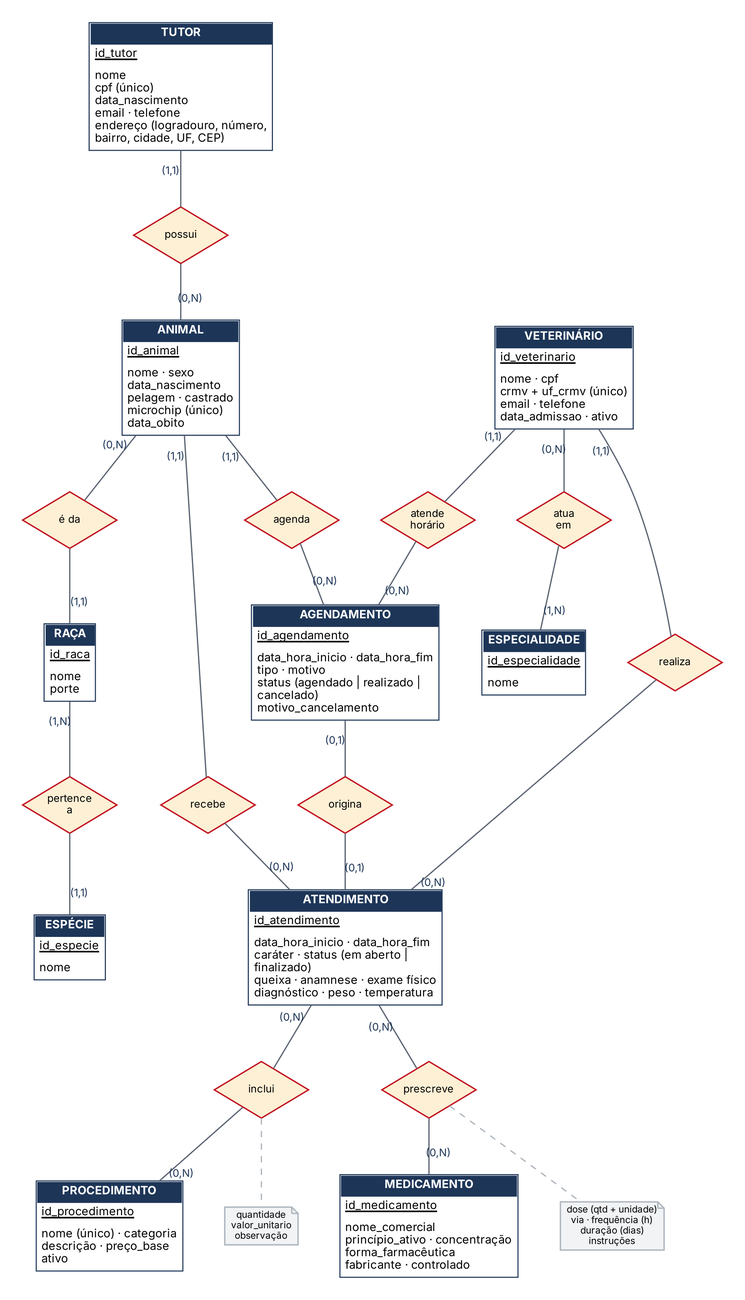
This is docs/diagramas/der_conceitual.png from SaMoCaSa00/clinica-veterinaria, a Graphviz export, as it was before one commit. Its source is kept beside it as docs/diagramas/der_conceitual.dot. The source it was exported from:
```dot
graph DER {
    graph [layout=dot, rankdir=TB, splines=true, nodesep=0.55, ranksep=0.75,
           fontname="Inter", pad=0.3, bgcolor="white"];
    node  [fontname="Inter", fontsize=11];
    edge  [fontname="Inter", fontsize=10, color="#5b6472", penwidth=1.2,
           labelfontname="Inter", labelfontsize=10, labelfontcolor="#1d3557"];

    node [shape=plain];
    Tutor [label=<
      <TABLE BORDER="1.5" CELLBORDER="0" CELLSPACING="0" CELLPADDING="4" COLOR="#1d3557">
        <TR><TD BGCOLOR="#1d3557"><FONT COLOR="white"><B>TUTOR</B></FONT></TD></TR>
        <TR><TD ALIGN="LEFT"><U>id_tutor</U></TD></TR><TR><TD ALIGN="LEFT" BALIGN="LEFT">nome<BR/>cpf (único)<BR/>data_nascimento<BR/>email · telefone<BR/>endereço (logradouro, número,<BR/>bairro, cidade, UF, CEP)</TD></TR>
      </TABLE>>];
    Animal [label=<
      <TABLE BORDER="1.5" CELLBORDER="0" CELLSPACING="0" CELLPADDING="4" COLOR="#1d3557">
        <TR><TD BGCOLOR="#1d3557"><FONT COLOR="white"><B>ANIMAL</B></FONT></TD></TR>
        <TR><TD ALIGN="LEFT"><U>id_animal</U></TD></TR><TR><TD ALIGN="LEFT" BALIGN="LEFT">nome · sexo<BR/>data_nascimento<BR/>pelagem · castrado<BR/>microchip (único)<BR/>data_obito</TD></TR>
      </TABLE>>];
    Especie [label=<
      <TABLE BORDER="1.5" CELLBORDER="0" CELLSPACING="0" CELLPADDING="4" COLOR="#1d3557">
        <TR><TD BGCOLOR="#1d3557"><FONT COLOR="white"><B>ESPÉCIE</B></FONT></TD></TR>
        <TR><TD ALIGN="LEFT"><U>id_especie</U></TD></TR><TR><TD ALIGN="LEFT" BALIGN="LEFT">nome</TD></TR>
      </TABLE>>];
    Raca [label=<
      <TABLE BORDER="1.5" CELLBORDER="0" CELLSPACING="0" CELLPADDING="4" COLOR="#1d3557">
        <TR><TD BGCOLOR="#1d3557"><FONT COLOR="white"><B>RAÇA</B></FONT></TD></TR>
        <TR><TD ALIGN="LEFT"><U>id_raca</U></TD></TR><TR><TD ALIGN="LEFT" BALIGN="LEFT">nome<BR/>porte</TD></TR>
      </TABLE>>];
    Veterinario [label=<
      <TABLE BORDER="1.5" CELLBORDER="0" CELLSPACING="0" CELLPADDING="4" COLOR="#1d3557">
        <TR><TD BGCOLOR="#1d3557"><FONT COLOR="white"><B>VETERINÁRIO</B></FONT></TD></TR>
        <TR><TD ALIGN="LEFT"><U>id_veterinario</U></TD></TR><TR><TD ALIGN="LEFT" BALIGN="LEFT">nome · cpf<BR/>crmv + uf_crmv (único)<BR/>email · telefone<BR/>data_admissao · ativo</TD></TR>
      </TABLE>>];
    Especialidade [label=<
      <TABLE BORDER="1.5" CELLBORDER="0" CELLSPACING="0" CELLPADDING="4" COLOR="#1d3557">
        <TR><TD BGCOLOR="#1d3557"><FONT COLOR="white"><B>ESPECIALIDADE</B></FONT></TD></TR>
        <TR><TD ALIGN="LEFT"><U>id_especialidade</U></TD></TR><TR><TD ALIGN="LEFT" BALIGN="LEFT">nome</TD></TR>
      </TABLE>>];
    Agendamento [label=<
      <TABLE BORDER="1.5" CELLBORDER="0" CELLSPACING="0" CELLPADDING="4" COLOR="#1d3557">
        <TR><TD BGCOLOR="#1d3557"><FONT COLOR="white"><B>AGENDAMENTO</B></FONT></TD></TR>
        <TR><TD ALIGN="LEFT"><U>id_agendamento</U></TD></TR><TR><TD ALIGN="LEFT" BALIGN="LEFT">data_hora_inicio · data_hora_fim<BR/>tipo · motivo<BR/>status (agendado | realizado |<BR/>cancelado)<BR/>motivo_cancelamento</TD></TR>
      </TABLE>>];
    Atendimento [label=<
      <TABLE BORDER="1.5" CELLBORDER="0" CELLSPACING="0" CELLPADDING="4" COLOR="#1d3557">
        <TR><TD BGCOLOR="#1d3557"><FONT COLOR="white"><B>ATENDIMENTO</B></FONT></TD></TR>
        <TR><TD ALIGN="LEFT"><U>id_atendimento</U></TD></TR><TR><TD ALIGN="LEFT" BALIGN="LEFT">data_hora_inicio · data_hora_fim<BR/>caráter · status (em aberto |<BR/>finalizado)<BR/>queixa · anamnese · exame físico<BR/>diagnóstico · peso · temperatura</TD></TR>
      </TABLE>>];
    Procedimento [label=<
      <TABLE BORDER="1.5" CELLBORDER="0" CELLSPACING="0" CELLPADDING="4" COLOR="#1d3557">
        <TR><TD BGCOLOR="#1d3557"><FONT COLOR="white"><B>PROCEDIMENTO</B></FONT></TD></TR>
        <TR><TD ALIGN="LEFT"><U>id_procedimento</U></TD></TR><TR><TD ALIGN="LEFT" BALIGN="LEFT">nome (único) · categoria<BR/>descrição · preço_base<BR/>ativo</TD></TR>
      </TABLE>>];
    Medicamento [label=<
      <TABLE BORDER="1.5" CELLBORDER="0" CELLSPACING="0" CELLPADDING="4" COLOR="#1d3557">
        <TR><TD BGCOLOR="#1d3557"><FONT COLOR="white"><B>MEDICAMENTO</B></FONT></TD></TR>
        <TR><TD ALIGN="LEFT"><U>id_medicamento</U></TD></TR><TR><TD ALIGN="LEFT" BALIGN="LEFT">nome_comercial<BR/>princípio_ativo · concentração<BR/>forma_farmacêutica<BR/>fabricante · controlado</TD></TR>
      </TABLE>>];

    node [shape=diamond, style="filled", fillcolor="#fdf0d5", color="#c1121f",
          penwidth=1.3, fontsize=10, margin="0.02,0.02", width=1.25, height=0.75];
    r_possui      [label="possui"];
    r_raca        [label="é da"];
    r_especie     [label="pertence\na"];
    r_atua        [label="atua\nem"];
    r_agenda      [label="agenda"];
    r_resp        [label="atende\nhorário"];
    r_origina     [label="origina"];
    r_recebe      [label="recebe"];
    r_realiza     [label="realiza"];
    r_inclui      [label="inclui"];
    r_prescreve   [label="prescreve"];

    node [shape=note, style="filled", fillcolor="#f1f3f5", color="#adb5bd",
          fontsize=9, width=0, height=0, margin="0.08,0.04"];
    a_inclui    [label="quantidade\nvalor_unitario\nobservação"];
    a_prescreve [label="dose (qtd + unidade)\nvia · frequência (h)\nduração (dias)\ninstruções"];

    Tutor       -- r_possui    [taillabel="(1,1)", labeldistance=2.2];
    r_possui    -- Animal      [headlabel="(0,N)", labeldistance=2.2];

    Animal      -- r_raca      [taillabel="(0,N)", labeldistance=2.2];
    r_raca      -- Raca        [headlabel="(1,1)", labeldistance=2.2];
    Raca        -- r_especie   [taillabel="(1,N)", labeldistance=2.2];
    r_especie   -- Especie     [headlabel="(1,1)", labeldistance=2.2];

    Animal      -- r_agenda    [taillabel="(1,1)", labeldistance=2.2];
    r_agenda    -- Agendamento [headlabel="(0,N)", labeldistance=2.2];
    Veterinario -- r_resp      [taillabel="(1,1)", labeldistance=2.2];
    r_resp      -- Agendamento [headlabel="(0,N)", labeldistance=2.2];

    Agendamento -- r_origina   [taillabel="(0,1)", labeldistance=2.2];
    r_origina   -- Atendimento [headlabel="(0,1)", labeldistance=2.2];

    Animal      -- r_recebe    [taillabel="(1,1)", labeldistance=2.2];
    r_recebe    -- Atendimento [headlabel="(0,N)", labeldistance=2.2];
    Veterinario -- r_realiza   [taillabel="(1,1)", labeldistance=2.2];
    r_realiza   -- Atendimento [headlabel="(0,N)", labeldistance=2.2];

    Veterinario -- r_atua      [taillabel="(0,N)", labeldistance=2.2];
    r_atua      -- Especialidade [headlabel="(1,N)", labeldistance=2.2];

    Atendimento -- r_inclui    [taillabel="(0,N)", labeldistance=2.2];
    r_inclui    -- Procedimento [headlabel="(0,N)", labeldistance=2.2];
    Atendimento -- r_prescreve [taillabel="(0,N)", labeldistance=2.2];
    r_prescreve -- Medicamento [headlabel="(0,N)", labeldistance=2.2];

    r_inclui    -- a_inclui    [style=dashed, color="#adb5bd"];
    r_prescreve -- a_prescreve [style=dashed, color="#adb5bd"];
}
```
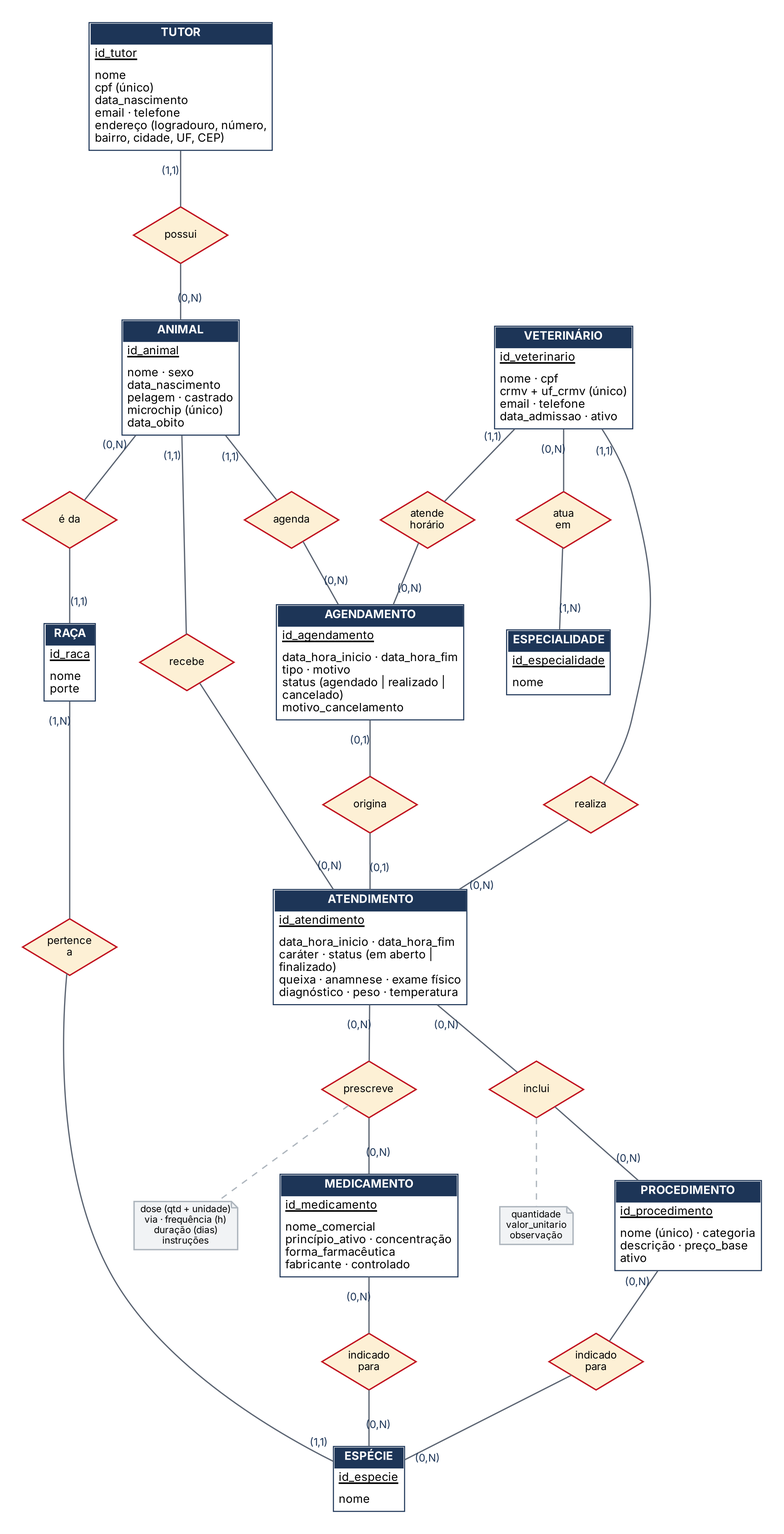
The same file after the commit.

What changed in the source:
```diff
@@ -70,6 +70,8 @@
     r_realiza     [label="realiza"];
     r_inclui      [label="inclui"];
     r_prescreve   [label="prescreve"];
+    r_ind_proc    [label="indicado\npara"];
+    r_ind_med     [label="indicado\npara"];
 
     node [shape=note, style="filled", fillcolor="#f1f3f5", color="#adb5bd",
           fontsize=9, width=0, height=0, margin="0.08,0.04"];
@@ -105,6 +107,11 @@
     Atendimento -- r_prescreve [taillabel="(0,N)", labeldistance=2.2];
     r_prescreve -- Medicamento [headlabel="(0,N)", labeldistance=2.2];
 
+    Procedimento -- r_ind_proc [taillabel="(0,N)", labeldistance=2.2];
+    r_ind_proc  -- Especie     [headlabel="(0,N)", labeldistance=2.2];
+    Medicamento -- r_ind_med   [taillabel="(0,N)", labeldistance=2.2];
+    r_ind_med   -- Especie     [headlabel="(0,N)", labeldistance=2.2];
+
     r_inclui    -- a_inclui    [style=dashed, color="#adb5bd"];
     r_prescreve -- a_prescreve [style=dashed, color="#adb5bd"];
 }
```
